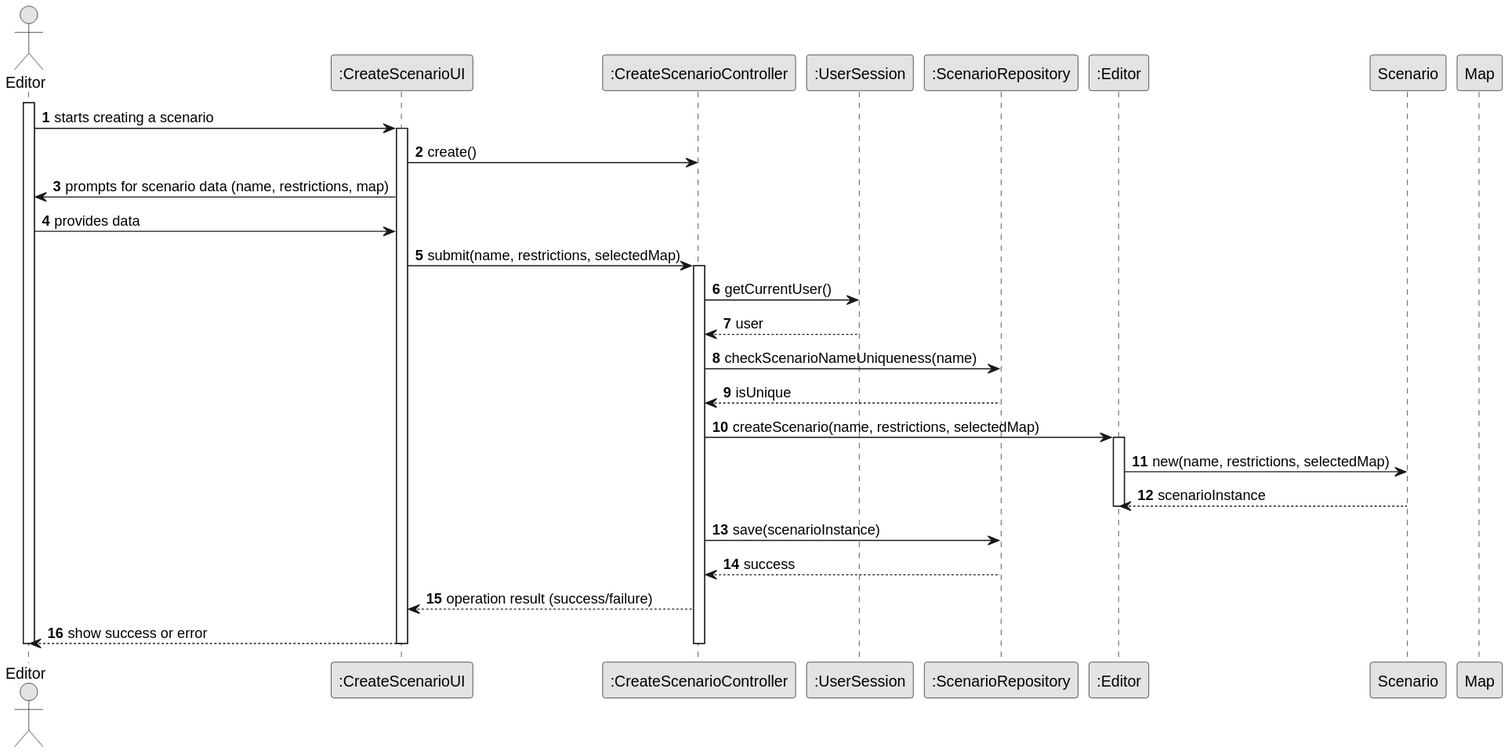
This is docs/sprint2/us004/03.design/svg/us004-full-diagram.svg from ivasduarte/all-aboard, a PlantUML export, as it was before one commit.
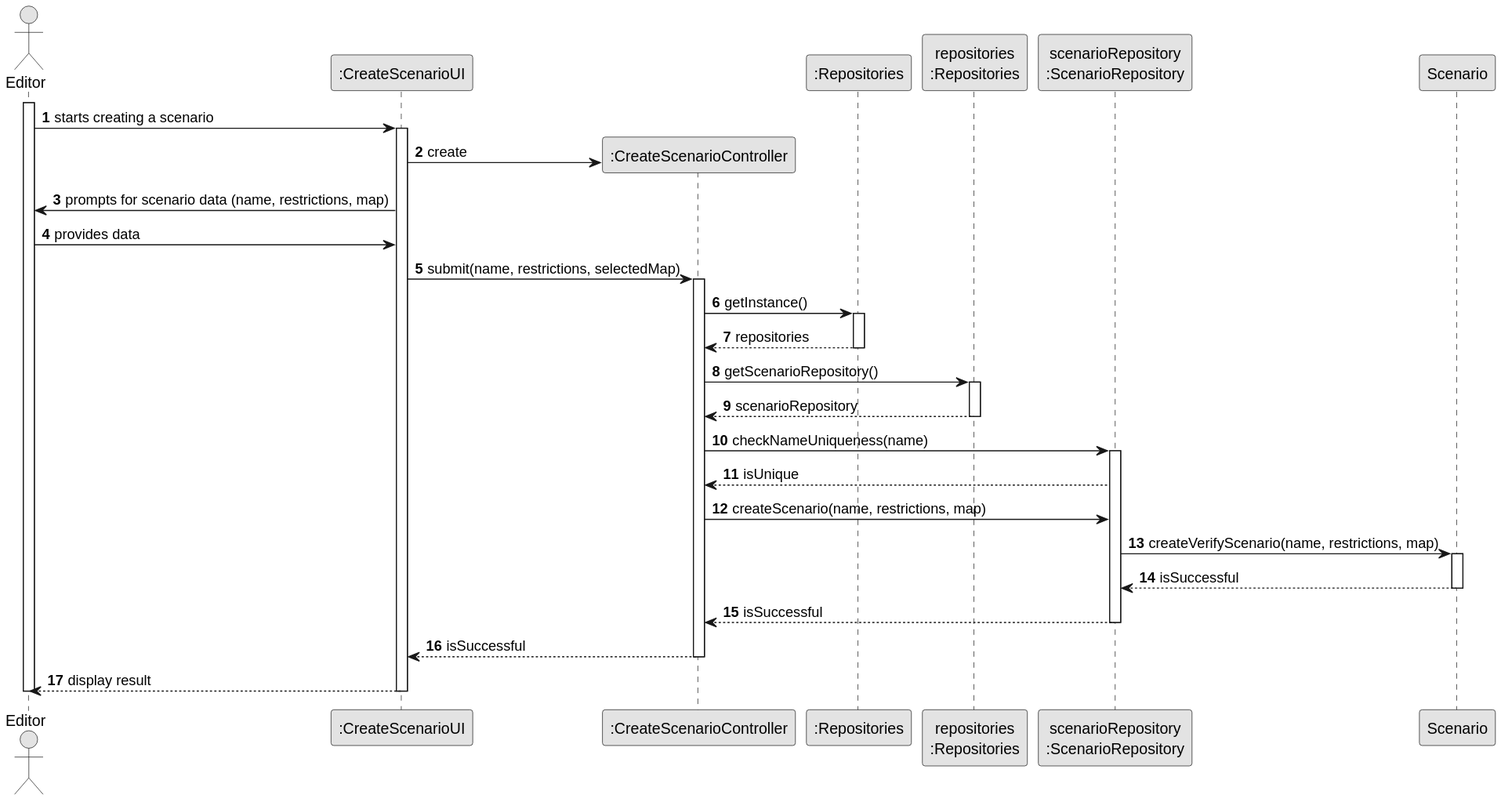
After the change.

Diff of the diagram source:
```diff
@@ -7,18 +7,17 @@
 actor "Editor" as Editor
 participant ":CreateScenarioUI" as UI
 participant ":CreateScenarioController" as CTRL
-participant ":UserSession" as US
-participant ":ScenarioRepository" as Repo
-participant ":Editor" as EditorDom
+participant ":Repositories" as reps
+participant "repositories\n:Repositories" as PLAT
+participant "scenarioRepository\n:ScenarioRepository" as Repo
 participant "Scenario" as Scenario
-participant "Map" as Map
 
 activate Editor
 
 Editor -> UI : starts creating a scenario
 
 activate UI
-UI -> CTRL : create()
+UI -> CTRL** : create
 
 UI -> Editor : prompts for scenario data (name, restrictions, map)
 Editor -> UI : provides data
@@ -26,25 +25,37 @@
 
 activate CTRL
 
-CTRL -> US : getCurrentUser()
-US --> CTRL : user
+CTRL -> reps : getInstance()
+activate reps
 
-CTRL -> Repo : checkScenarioNameUniqueness(name)
+reps --> CTRL : repositories
+deactivate reps
+
+CTRL -> PLAT : getScenarioRepository()
+activate PLAT
+
+PLAT --> CTRL : scenarioRepository
+deactivate PLAT
+
+CTRL -> Repo : checkNameUniqueness(name)
+activate Repo
+
 Repo --> CTRL : isUnique
+CTRL -> Repo : createScenario(name, restrictions, map)
 
-CTRL -> EditorDom : createScenario(name, restrictions, selectedMap)
-activate EditorDom
-EditorDom -> Scenario : new(name, restrictions, selectedMap)
-Scenario --> EditorDom : scenarioInstance
-deactivate EditorDom
+Repo -> Scenario : createVerifyScenario(name, restrictions, map)
+activate Scenario
 
-CTRL -> Repo : save(scenarioInstance)
-Repo --> CTRL : success
+Scenario --> Repo :isSuccessful
+deactivate Scenario
 
-CTRL --> UI : operation result (success/failure)
-UI --> Editor : show success or error
+Repo --> CTRL : isSuccessful
+deactivate Repo
 
+CTRL --> UI : isSuccessful
 deactivate CTRL
+
+UI --> Editor : display result
 deactivate UI
 deactivate Editor
 @enduml
```
